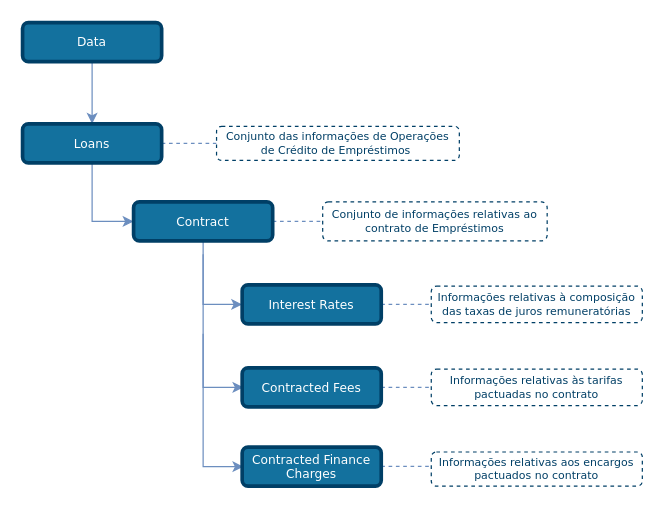
The draw.io diagram draw_io_diagrams/loans/TLD_Loans_Contract.drawio in OpenBanking-Brasil/areadesenvolvedor, before the edit. Source tidied: cells renumbered, new cells numbered last; positions are measured from the earlier drawing's top-left corner, leaving out a move shared by most shapes. Both pictures are drawn from the tidied source at 122%, with x=0, y=0 at pixel (22, 22).
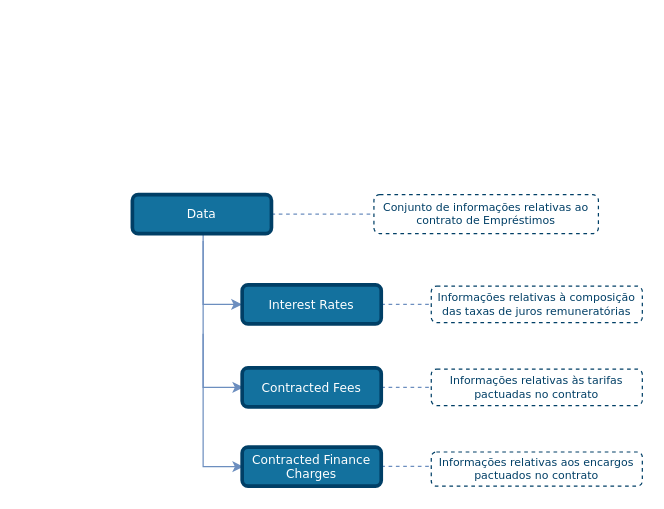
The same page after the edit.

The change refers to these unchanged cells:
```xml
<mxCell id="14" value="Interest Rates" style="rounded=1;whiteSpace=wrap;html=1;comic=0;shadow=0;backgroundOutline=0;snapToPoint=0;fixDash=0;strokeWidth=3;fontFamily=Verdana;fontStyle=0;labelBackgroundColor=none;labelBorderColor=none;fontSize=10;fillColor=#13719E;strokeColor=#003F66;fontColor=#ffffff;" parent="1" vertex="1">
  <mxGeometry x="180" y="215" width="114" height="32" as="geometry" />
</mxCell>
```

The edit, as a diff of the source:
```diff
@@
-    <mxCell id="2" style="edgeStyle=none;rounded=1;jettySize=auto;html=1;entryX=0;entryY=0.5;entryDx=0;entryDy=0;dashed=1;endArrow=none;endFill=0;endSize=6;strokeColor=#6C8EBF;exitX=1;exitY=0.5;exitDx=0;exitDy=0;" parent="1" edge="1" source="13" target="8">
+    <mxCell id="2" style="edgeStyle=none;rounded=1;jettySize=auto;html=1;entryX=0;entryY=0.5;entryDx=0;entryDy=0;dashed=1;endArrow=none;endFill=0;endSize=6;strokeColor=#6C8EBF;exitX=1;exitY=0.5;exitDx=0;exitDy=0;" parent="1" edge="1" source="12" target="8">
       <mxGeometry relative="1" as="geometry" />
     </mxCell>
-    <mxCell id="3" style="edgeStyle=orthogonalEdgeStyle;rounded=0;jettySize=auto;html=1;entryX=0.5;entryY=0;entryDx=0;entryDy=0;endSize=6;fillColor=#dae8fc;strokeColor=#6c8ebf;comic=0;shadow=0;backgroundOutline=0;snapToPoint=0;fixDash=0;endArrow=classic;endFill=1;exitX=0.5;exitY=1;exitDx=0;exitDy=0;" parent="1" edge="1" source="12" target="6">
-      <mxGeometry relative="1" as="geometry" />
-    </mxCell>
-    <mxCell id="4" style="edgeStyle=orthogonalEdgeStyle;rounded=0;jettySize=auto;html=1;exitX=0.5;exitY=1;exitDx=0;exitDy=0;entryX=0;entryY=0.5;entryDx=0;entryDy=0;strokeColor=#6C8EBF;endArrow=classic;endFill=1;" parent="1" edge="1" source="6" target="13">
-      <mxGeometry relative="1" as="geometry" />
-    </mxCell>
-    <mxCell id="5" style="edgeStyle=none;rounded=1;jettySize=auto;html=1;exitX=1;exitY=0.5;exitDx=0;exitDy=0;entryX=0;entryY=0.5;entryDx=0;entryDy=0;dashed=1;endArrow=none;endFill=0;endSize=6;strokeColor=#6C8EBF;" parent="1" edge="1" source="6" target="7">
-      <mxGeometry relative="1" as="geometry" />
-    </mxCell>
-    <mxCell id="6" value="Loans" style="rounded=1;whiteSpace=wrap;html=1;comic=0;shadow=0;backgroundOutline=0;snapToPoint=0;fixDash=0;strokeWidth=3;fontFamily=Verdana;fontStyle=0;labelBackgroundColor=none;labelBorderColor=none;fontSize=10;fillColor=#13719E;strokeColor=#003F66;fontColor=#ffffff;" parent="1" vertex="1">
-      <mxGeometry y="83" width="114" height="32" as="geometry" />
-    </mxCell>
-    <mxCell id="7" value="&lt;font style=&quot;font-size: 9px&quot;&gt;Conjunto das informações de Operações &lt;br&gt;de Crédito de Empréstimos&amp;nbsp;&lt;/font&gt;" style="rounded=1;whiteSpace=wrap;html=1;shadow=0;comic=0;strokeColor=#003F66;strokeWidth=1;fillColor=#ffffff;fontFamily=Verdana;fontSize=9;fontColor=#003F66;dashed=1;spacingLeft=5;spacing=0;spacingRight=5;spacingBottom=5;spacingTop=5;align=center;verticalAlign=middle;gradientColor=#ffffff;" parent="1" vertex="1">
-      <mxGeometry x="159" y="85" width="199" height="28" as="geometry" />
-    </mxCell>
     <mxCell id="8" value="&lt;font style=&quot;font-size: 9px&quot;&gt;Conjunto de informações relativas ao contrato de Empréstimos&lt;/font&gt;" style="rounded=1;whiteSpace=wrap;html=1;shadow=0;comic=0;strokeColor=#003F66;strokeWidth=1;fillColor=#ffffff;fontFamily=Verdana;fontSize=9;fontColor=#003F66;dashed=1;spacingLeft=5;spacing=0;spacingRight=5;spacingBottom=5;spacingTop=5;align=center;verticalAlign=middle;gradientColor=#ffffff;" parent="1" vertex="1">
-      <mxGeometry x="246" y="147" width="184" height="32" as="geometry" />
+      <mxGeometry x="288" y="141" width="184" height="32" as="geometry" />
     </mxCell>
@@
-    <mxCell id="11" style="edgeStyle=orthogonalEdgeStyle;rounded=0;jettySize=auto;html=1;exitX=0.5;exitY=1;exitDx=0;exitDy=0;entryX=0;entryY=0.5;entryDx=0;entryDy=0;strokeColor=#6C8EBF;endArrow=classic;endFill=1;" parent="1" edge="1" source="13" target="14">
-      <mxGeometry relative="1" as="geometry" />
+    <mxCell id="11" style="edgeStyle=orthogonalEdgeStyle;rounded=0;jettySize=auto;html=1;entryX=0;entryY=0.5;entryDx=0;entryDy=0;strokeColor=#6C8EBF;endArrow=classic;endFill=1;" parent="1" edge="1" target="14">
+      <mxGeometry relative="1" as="geometry">
+        <mxPoint x="148" y="179" as="sourcePoint" />
+        <Array as="points">
+          <mxPoint x="148" y="231" />
+        </Array>
+      </mxGeometry>
     </mxCell>
-    <mxCell id="12" value="Data" style="rounded=1;whiteSpace=wrap;html=1;comic=0;shadow=0;backgroundOutline=0;snapToPoint=0;fixDash=0;strokeWidth=3;fontFamily=Verdana;fontStyle=0;labelBackgroundColor=none;labelBorderColor=none;fontSize=10;fillColor=#13719E;strokeColor=#003F66;fontColor=#ffffff;" parent="1" vertex="1">
-      <mxGeometry width="114" height="32" as="geometry" />
-    </mxCell>
-    <mxCell id="13" value="Contract" style="rounded=1;whiteSpace=wrap;html=1;comic=0;shadow=0;backgroundOutline=0;snapToPoint=0;fixDash=0;strokeWidth=3;fontFamily=Verdana;fontStyle=0;labelBackgroundColor=none;labelBorderColor=none;fontSize=10;fillColor=#13719E;strokeColor=#003F66;fontColor=#ffffff;" parent="1" vertex="1">
-      <mxGeometry x="91" y="147" width="114" height="32" as="geometry" />
-    </mxCell>
@@
-    <mxCell id="19" style="edgeStyle=orthogonalEdgeStyle;rounded=0;orthogonalLoop=1;jettySize=auto;html=1;entryX=0;entryY=0.5;entryDx=0;entryDy=0;strokeColor=#6C8EBF;endArrow=classic;endFill=1;" parent="1" edge="1">
+    <mxCell id="19" style="edgeStyle=orthogonalEdgeStyle;rounded=0;jettySize=auto;html=1;entryX=0;entryY=0.5;entryDx=0;entryDy=0;strokeColor=#6C8EBF;endArrow=classic;endFill=1;exitX=0.5;exitY=1;exitDx=0;exitDy=0;" parent="1" edge="1" source="12">
       <mxGeometry relative="1" as="geometry">
-        <mxPoint x="148" y="190" as="sourcePoint" />
         <mxPoint x="181" y="299" as="targetPoint" />
         <Array as="points">
+          <mxPoint x="148" y="173" />
           <mxPoint x="148" y="299" />
         </Array>
       </mxGeometry>
     </mxCell>
@@
+    <mxCell id="12" value="Data" style="rounded=1;whiteSpace=wrap;html=1;comic=0;shadow=0;backgroundOutline=0;snapToPoint=0;fixDash=0;strokeWidth=3;fontFamily=Verdana;fontStyle=0;labelBackgroundColor=none;labelBorderColor=none;fontSize=10;fillColor=#13719E;strokeColor=#003F66;fontColor=#ffffff;" parent="1" vertex="1">
+      <mxGeometry x="90" y="141" width="114" height="32" as="geometry" />
+    </mxCell>
```
